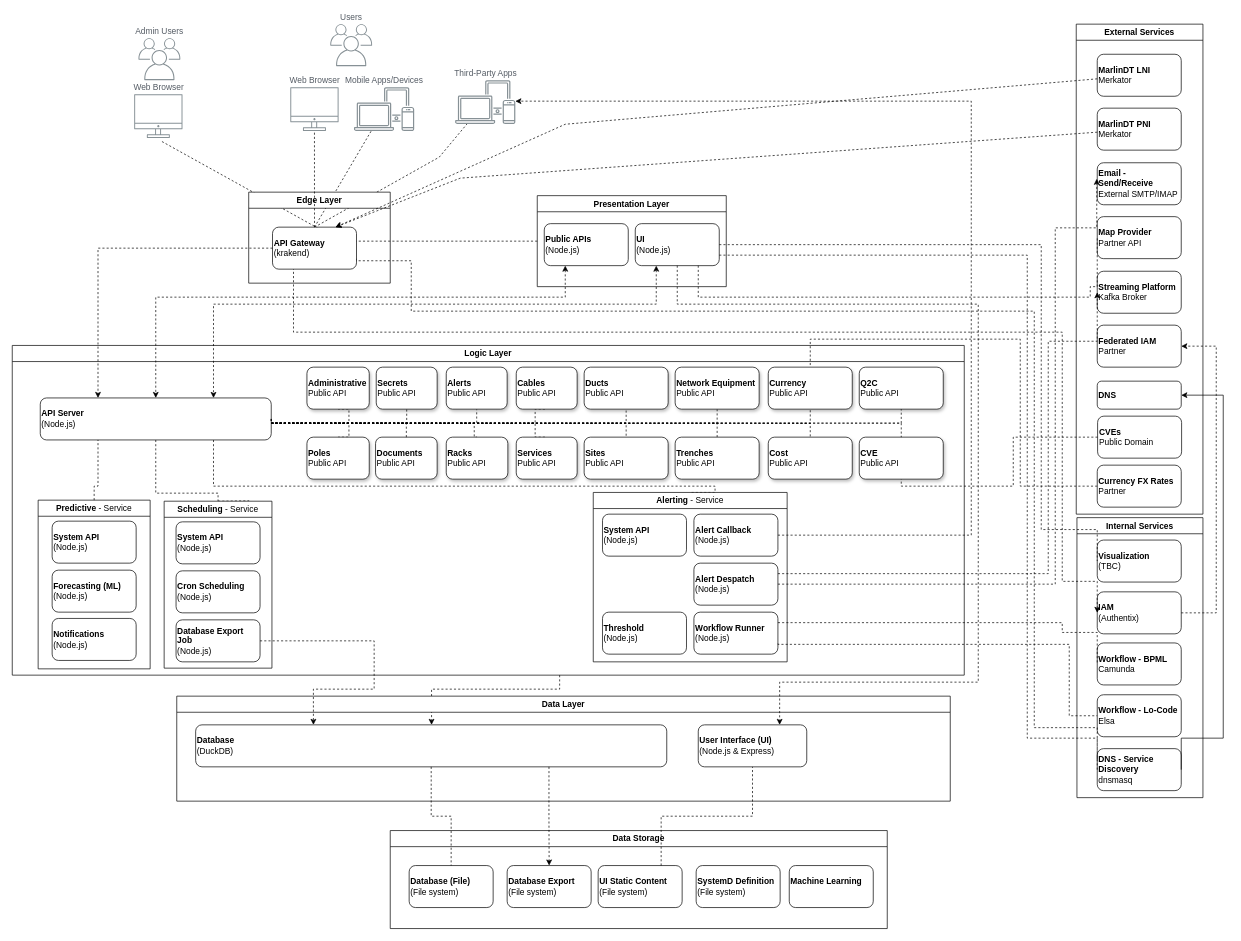
Before: page "Application" (3 of 10) of docs/architecture/mni-architectures.drawio in leecowdrey/NI, a draw.io diagram. Source tidied: cells renumbered, new cells numbered last; positions are measured from the earlier drawing's top-left corner, leaving out a move shared by most shapes. Both pictures are drawn from the tidied source at 70%, with x=0, y=0 at pixel (12, 24).
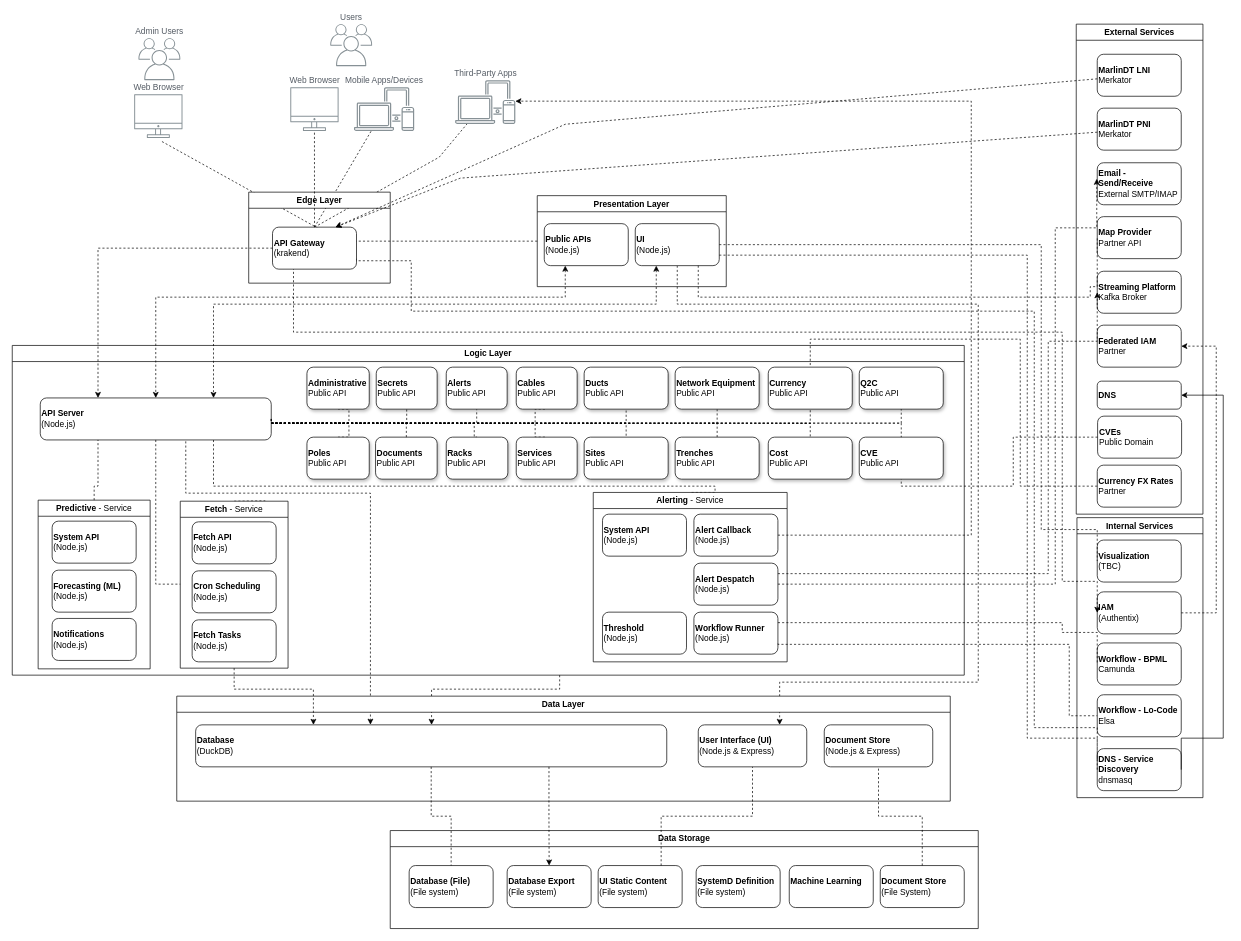
The same page after the edit.

Unchanged cells that the change refers to:
```xml
<mxCell id="8" value="&lt;div style=&quot;&quot;&gt;&lt;b style=&quot;background-color: initial; color: light-dark(rgb(0, 0, 0), rgb(255, 255, 255));&quot;&gt;UI&lt;/b&gt;&lt;br&gt;&lt;/div&gt;&lt;div style=&quot;&quot;&gt;&lt;span style=&quot;background-color: initial;&quot;&gt;&lt;font&gt;(Node.js)&lt;/font&gt;&lt;/span&gt;&lt;/div&gt;" style="rounded=1;whiteSpace=wrap;html=1;fontFamily=Catamaran;align=left;" parent="6" vertex="1">
  <mxGeometry x="140" y="40" width="120" height="60" as="geometry" />
</mxCell>
<mxCell id="26" value="Logic Layer" style="swimlane;whiteSpace=wrap;html=1;" parent="1" vertex="1">
  <mxGeometry y="459" width="1360" height="471" as="geometry" />
</mxCell>
<mxCell id="39" value="&lt;div style=&quot;font-family: Catamaran;&quot;&gt;&lt;b style=&quot;background-color: initial; color: light-dark(rgb(0, 0, 0), rgb(255, 255, 255));&quot;&gt;API Server&lt;/b&gt;&lt;br&gt;&lt;/div&gt;&lt;div style=&quot;font-family: Catamaran;&quot;&gt;&lt;span style=&quot;background-color: initial;&quot;&gt;(Node.js)&lt;/span&gt;&lt;/div&gt;" style="rounded=1;whiteSpace=wrap;html=1;align=left;" parent="26" vertex="1">
  <mxGeometry x="40" y="75" width="330" height="60" as="geometry" />
</mxCell>
<mxCell id="80" value="Data Layer" style="swimlane;whiteSpace=wrap;html=1;" parent="1" vertex="1">
  <mxGeometry x="235" y="960" width="1105" height="150" as="geometry" />
</mxCell>
<mxCell id="81" value="&lt;b&gt;Database&lt;/b&gt;&lt;div&gt;(DuckDB)&lt;/div&gt;" style="rounded=1;whiteSpace=wrap;html=1;align=left;" parent="80" vertex="1">
  <mxGeometry x="27" y="41" width="673" height="60" as="geometry" />
</mxCell>
<mxCell id="82" value="&lt;b&gt;User Interface (UI)&lt;/b&gt;&lt;div&gt;(Node.js &amp;amp; Express)&lt;/div&gt;" style="rounded=1;whiteSpace=wrap;html=1;align=left;" parent="80" vertex="1">
  <mxGeometry x="745" y="41" width="155" height="60" as="geometry" />
</mxCell>
```

What changed in the source:
```diff
@@
+    <mxCell id="99" style="edgeStyle=orthogonalEdgeStyle;rounded=0;jettySize=auto;html=1;entryX=0.75;entryY=0;entryDx=0;entryDy=0;exitX=0.5;exitY=1;exitDx=0;exitDy=0;dashed=1;" parent="1" edge="1" source="8" target="82">
+      <mxGeometry relative="1" as="geometry">
+        <Array as="points">
+          <mxPoint x="950" y="400" />
+          <mxPoint x="1380" y="400" />
+          <mxPoint x="1380" y="940" />
+          <mxPoint x="1096" y="940" />
+        </Array>
+      </mxGeometry>
+    </mxCell>
+    <mxCell id="28" style="edgeStyle=orthogonalEdgeStyle;rounded=0;jettySize=auto;html=1;entryX=0.371;entryY=-0.004;entryDx=0;entryDy=0;exitX=0.63;exitY=1.033;exitDx=0;exitDy=0;dashed=1;endArrow=classic;startFill=0;exitPerimeter=0;entryPerimeter=0;endFill=1;" parent="1" edge="1" source="39" target="81">
+      <mxGeometry relative="1" as="geometry">
+        <Array as="points">
+          <mxPoint x="248" y="670" />
+          <mxPoint x="512" y="670" />
+        </Array>
+      </mxGeometry>
+    </mxCell>
@@
-    <mxCell id="28" style="edgeStyle=orthogonalEdgeStyle;rounded=0;jettySize=auto;html=1;entryX=0.5;entryY=0;entryDx=0;entryDy=0;exitX=0.5;exitY=1;exitDx=0;exitDy=0;dashed=1;endArrow=none;startFill=0;" parent="26" edge="1" source="39" target="52">
-      <mxGeometry relative="1" as="geometry">
-        <Array as="points">
-          <mxPoint x="205" y="211" />
-          <mxPoint x="294" y="211" />
-        </Array>
-      </mxGeometry>
-    </mxCell>
@@
-    <mxCell id="45" style="endArrow=none;html=1;rounded=0;dashed=1;entryX=0.5;entryY=1;entryDx=0;entryDy=0;exitX=0.5;exitY=0;exitDx=0;exitDy=0;" parent="26" edge="1" source="52">
-      <mxGeometry relative="1" as="geometry">
-        <mxPoint x="338.5" y="222" as="targetPoint" />
-      </mxGeometry>
-    </mxCell>
@@
-    <mxCell id="52" value="Scheduling&lt;span style=&quot;font-weight: normal;&quot;&gt; - Service&lt;/span&gt;" style="swimlane;whiteSpace=wrap;html=1;" parent="26" vertex="1">
-      <mxGeometry x="217" y="222.5" width="154" height="238.5" as="geometry" />
-    </mxCell>
-    <mxCell id="53" value="&lt;b&gt;Cron Scheduling&lt;/b&gt;&lt;br&gt;(Node.js)" style="rounded=1;whiteSpace=wrap;html=1;align=left;" parent="52" vertex="1">
-      <mxGeometry x="17" y="99.5" width="120" height="60" as="geometry" />
-    </mxCell>
-    <mxCell id="54" value="&lt;b&gt;Database Export Job&lt;/b&gt;&lt;br&gt;(Node.js)" style="rounded=1;whiteSpace=wrap;html=1;align=left;" parent="52" vertex="1">
-      <mxGeometry x="17" y="169.5" width="120" height="60" as="geometry" />
-    </mxCell>
-    <mxCell id="55" value="&lt;b&gt;System API&lt;/b&gt;&lt;div&gt;(Node.js)&lt;/div&gt;" style="rounded=1;whiteSpace=wrap;html=1;align=left;" parent="52" vertex="1">
-      <mxGeometry x="17" y="29.5" width="120" height="60" as="geometry" />
-    </mxCell>
@@
+    <mxCell id="119" style="endArrow=none;html=1;rounded=0;dashed=1;entryX=0.5;entryY=1;entryDx=0;entryDy=0;exitX=0.5;exitY=0;exitDx=0;exitDy=0;" parent="26" edge="1" source="120">
+      <mxGeometry relative="1" as="geometry">
+        <mxPoint x="361.5" y="222" as="targetPoint" />
+      </mxGeometry>
+    </mxCell>
+    <mxCell id="120" value="Fetch&lt;span style=&quot;font-weight: normal;&quot;&gt; - Service&lt;/span&gt;" style="swimlane;whiteSpace=wrap;html=1;" parent="26" vertex="1">
+      <mxGeometry x="240" y="222.5" width="154" height="238.5" as="geometry" />
+    </mxCell>
+    <mxCell id="53" value="&lt;b&gt;Cron Scheduling&lt;/b&gt;&lt;br&gt;(Node.js)" style="rounded=1;whiteSpace=wrap;html=1;align=left;" parent="120" vertex="1">
+      <mxGeometry x="17" y="99.5" width="120" height="60" as="geometry" />
+    </mxCell>
+    <mxCell id="121" value="&lt;b&gt;Fetch Tasks&lt;/b&gt;&lt;br&gt;(Node.js)" style="rounded=1;whiteSpace=wrap;html=1;align=left;" parent="120" vertex="1">
+      <mxGeometry x="17" y="169.5" width="120" height="60" as="geometry" />
+    </mxCell>
+    <mxCell id="122" value="&lt;b&gt;Fetch API&lt;/b&gt;&lt;div&gt;(Node.js)&lt;/div&gt;" style="rounded=1;whiteSpace=wrap;html=1;align=left;" parent="120" vertex="1">
+      <mxGeometry x="17" y="29.5" width="120" height="60" as="geometry" />
+    </mxCell>
+    <mxCell id="123" style="edgeStyle=orthogonalEdgeStyle;rounded=0;jettySize=auto;html=1;exitX=0.5;exitY=1;exitDx=0;exitDy=0;dashed=1;endArrow=none;startFill=0;" parent="26" edge="1" source="39">
+      <mxGeometry relative="1" as="geometry">
+        <mxPoint x="240" y="341" as="targetPoint" />
+        <Array as="points">
+          <mxPoint x="205" y="341" />
+        </Array>
+      </mxGeometry>
+    </mxCell>
@@
+    <mxCell id="124" value="&lt;b&gt;Document Store&lt;/b&gt;&lt;div&gt;(Node.js &amp;amp; Express)&lt;/div&gt;" style="rounded=1;whiteSpace=wrap;html=1;align=left;" parent="80" vertex="1">
+      <mxGeometry x="925" y="41" width="155" height="60" as="geometry" />
+    </mxCell>
     <mxCell id="83" value="Data Storage" style="swimlane;whiteSpace=wrap;html=1;" parent="1" vertex="1">
-      <mxGeometry x="540" y="1152" width="710" height="140" as="geometry" />
+      <mxGeometry x="540" y="1152" width="840" height="140" as="geometry" />
     </mxCell>
@@
+    <mxCell id="125" value="&lt;div&gt;&lt;b&gt;Document Store&lt;/b&gt;&lt;/div&gt;&lt;div&gt;(File System)&lt;/div&gt;" style="rounded=1;whiteSpace=wrap;html=1;align=left;" parent="83" vertex="1">
+      <mxGeometry x="700" y="50" width="120" height="60" as="geometry" />
+    </mxCell>
@@
-    <mxCell id="99" style="edgeStyle=orthogonalEdgeStyle;rounded=0;jettySize=auto;html=1;entryX=0.75;entryY=0;entryDx=0;entryDy=0;exitX=0.5;exitY=1;exitDx=0;exitDy=0;dashed=1;" parent="1" edge="1" source="8" target="82">
-      <mxGeometry relative="1" as="geometry">
-        <Array as="points">
-          <mxPoint x="950" y="400" />
-          <mxPoint x="1380" y="400" />
-          <mxPoint x="1380" y="940" />
-          <mxPoint x="1096" y="940" />
-        </Array>
-      </mxGeometry>
-    </mxCell>
@@
-    <mxCell id="108" style="edgeStyle=orthogonalEdgeStyle;rounded=0;jettySize=auto;html=1;entryX=0.25;entryY=0;entryDx=0;entryDy=0;dashed=1;" parent="1" edge="1" source="54" target="81">
+    <mxCell id="108" style="edgeStyle=orthogonalEdgeStyle;rounded=0;jettySize=auto;html=1;entryX=0.25;entryY=0;entryDx=0;entryDy=0;dashed=1;exitX=0.5;exitY=1;exitDx=0;exitDy=0;" parent="1" edge="1" source="120" target="81">
       <mxGeometry relative="1" as="geometry">
         <Array as="points">
-          <mxPoint x="517" y="950" />
+          <mxPoint x="317" y="950" />
           <mxPoint x="430" y="950" />
         </Array>
       </mxGeometry>
     </mxCell>
@@
+    <mxCell id="126" style="endArrow=none;html=1;rounded=0;dashed=1;entryX=0.5;entryY=1;entryDx=0;entryDy=0;exitX=0.5;exitY=0;exitDx=0;exitDy=0;edgeStyle=orthogonalEdgeStyle;" parent="1" edge="1" source="125" target="124">
+      <mxGeometry relative="1" as="geometry" />
+    </mxCell>
```
